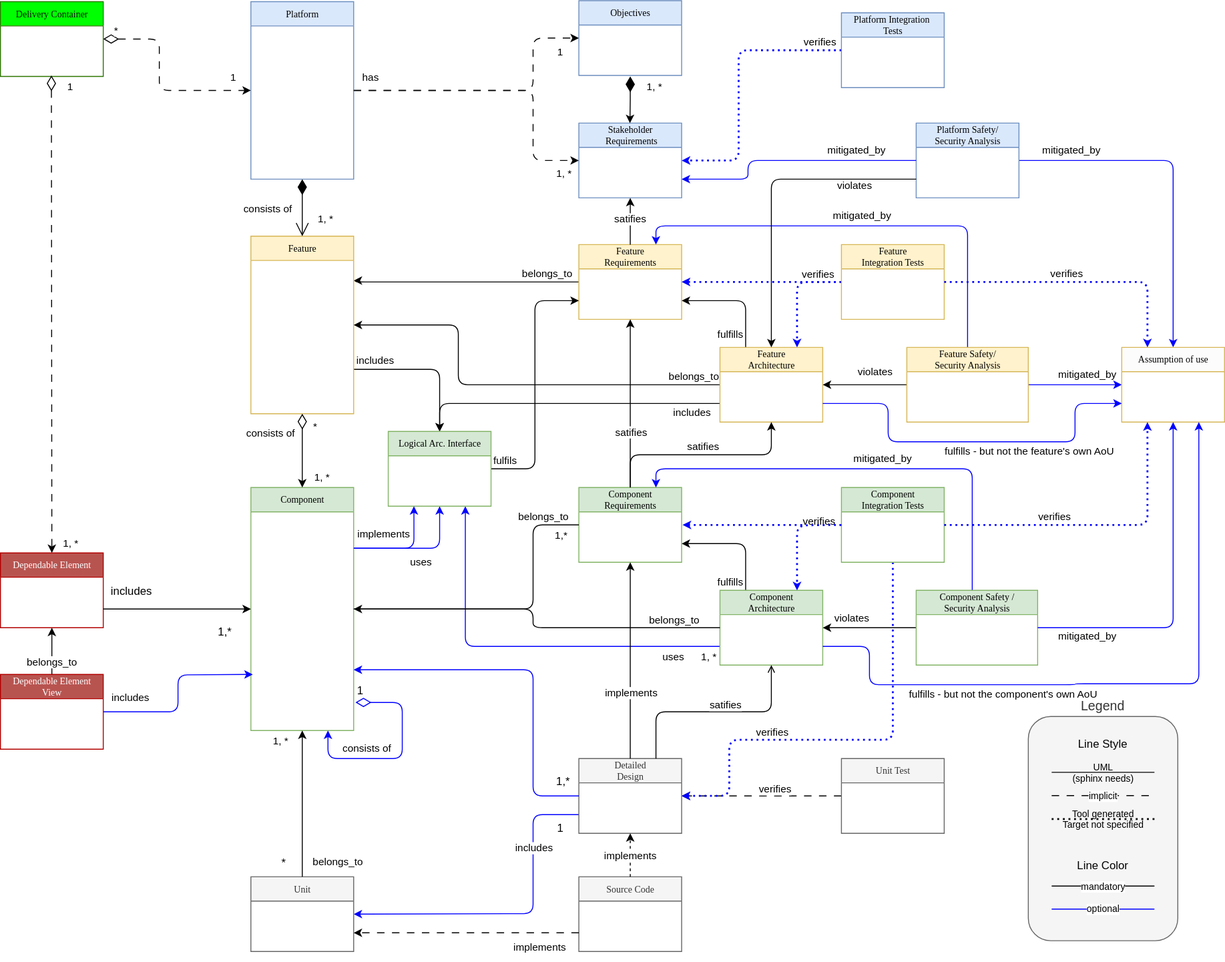
Earlier version of the draw.io export pr-572/_images/score_building_blocks_meta_model.drawio.svg (eclipse-score/process_description). Source tidied: cells renumbered, new cells last; positions are measured from the earlier drawing's top-left corner, leaving out a move shared by most shapes.
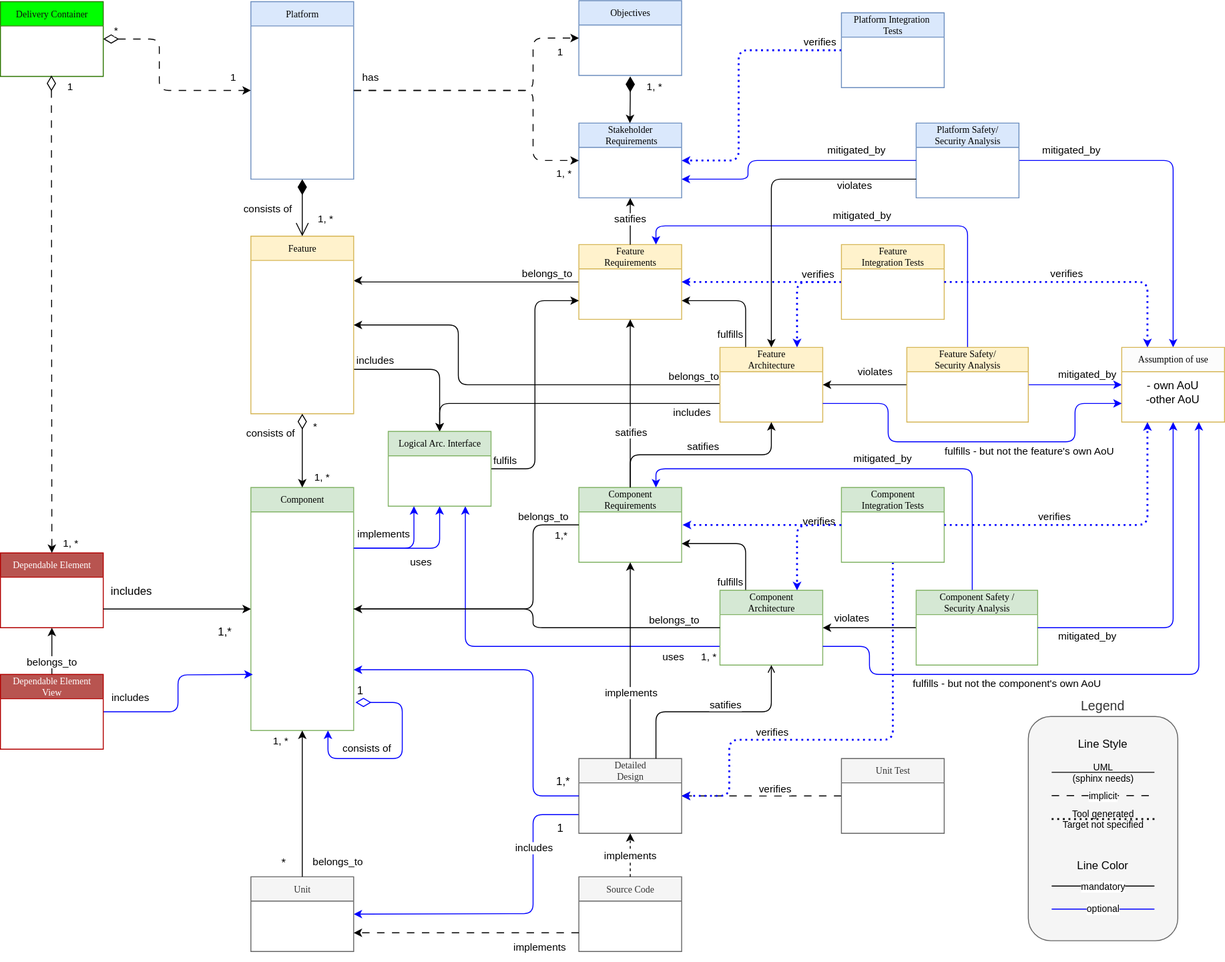
After the change.

The edit, as a diff of the source:
```diff
@@ -351,6 +351,9 @@
     <mxCell id="75" value="Assumption of use" style="swimlane;html=1;fontStyle=0;horizontal=1;startSize=26;fillColor=#fcfcfc;swimlaneFillColor=#ffffff;rounded=0;shadow=0;comic=0;labelBackgroundColor=none;strokeWidth=1;fontFamily=Verdana;fontSize=10;align=center;strokeColor=#d6b656;" parent="1" vertex="1">
       <mxGeometry x="1200" y="371" width="110" height="80" as="geometry" />
     </mxCell>
+    <mxCell id="136" value="- own AoU&lt;br&gt;-other AoU" style="text;html=1;strokeColor=none;fillColor=none;align=center;verticalAlign=middle;whiteSpace=wrap;rounded=0;" parent="75" vertex="1">
+      <mxGeometry y="26" width="110" height="44" as="geometry" />
+    </mxCell>
     <mxCell id="76" style="edgeStyle=orthogonalEdgeStyle;rounded=1;jettySize=auto;html=1;entryX=1;entryY=0.5;entryDx=0;entryDy=0;dashed=1;curved=0;strokeColor=#0000FF;dashPattern=1 2;strokeWidth=2;endSize=3;" parent="1" edge="1" source="77" target="32">
       <mxGeometry relative="1" as="geometry">
         <Array as="points">
@@ -616,10 +619,8 @@
     <mxCell id="130" style="edgeStyle=orthogonalEdgeStyle;rounded=1;jettySize=auto;html=1;exitX=0.75;exitY=1;exitDx=0;exitDy=0;strokeColor=#0000ff;startArrow=classic;startFill=1;endArrow=none;endFill=0;entryX=1;entryY=0.75;entryDx=0;entryDy=0;" parent="1" edge="1" source="75" target="50">
       <mxGeometry relative="1" as="geometry">
         <Array as="points">
-          <mxPoint x="1283" y="731" />
-          <mxPoint x="1150" y="731" />
-          <mxPoint x="1150" y="732" />
-          <mxPoint x="930" y="732" />
+          <mxPoint x="1283" y="721" />
+          <mxPoint x="930" y="721" />
           <mxPoint x="930" y="691" />
         </Array>
       </mxGeometry>
```
